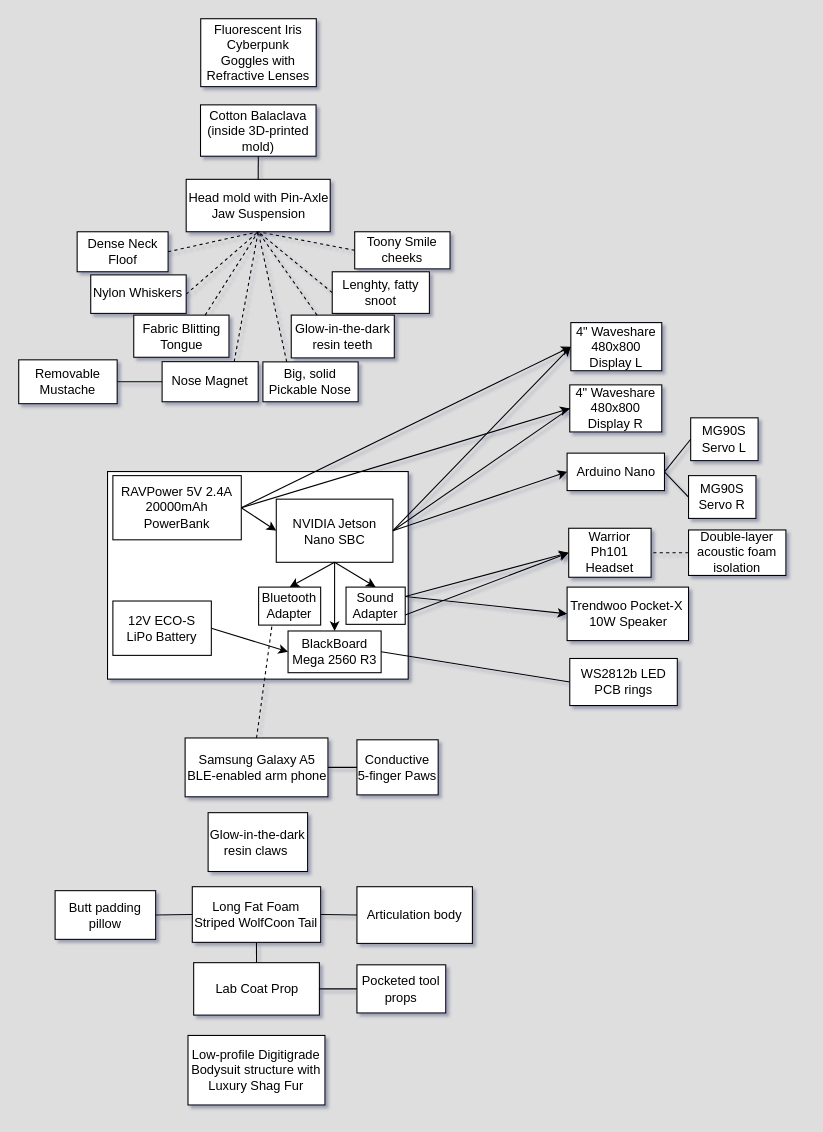
MekhyW/BOSS-Electronic_Fursuit keeps this draw.io diagram as Suit Concept/Basic hardware flowchart.drawio. Above is the earlier version. Source tidied: cells renumbered, new cells numbered last; positions are measured from the earlier drawing's top-left corner, leaving out a move shared by most shapes. Both pictures are drawn from the tidied source at 107%, with x=0, y=0 at pixel (18, 18).
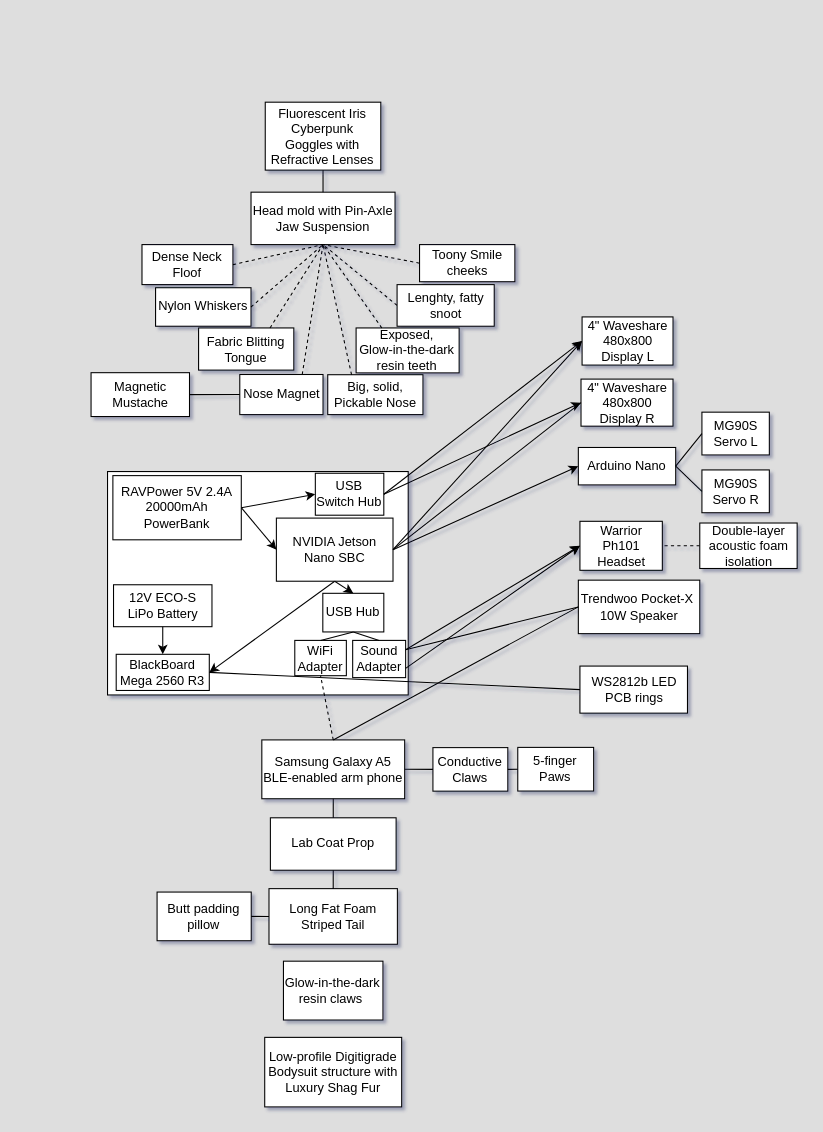
After the change.

Unchanged cells that the change refers to:
```xml
<mxCell id="4" value="RAVPower 5V 2.4A&lt;br&gt;20000mAh PowerBank" style="rounded=0;whiteSpace=wrap;html=1;" parent="1" vertex="1">
  <mxGeometry x="88" y="427" width="120" height="60" as="geometry" />
</mxCell>
```

The edit, as a diff of the source:
```diff
@@
     <mxCell id="2" style="rounded=0;whiteSpace=wrap;html=1;" parent="1" vertex="1">
-      <mxGeometry x="83" y="423.2" width="281" height="194" as="geometry" />
+      <mxGeometry x="83" y="423.2" width="281" height="208.8" as="geometry" />
     </mxCell>
     <mxCell id="3" value="NVIDIA Jetson Nano SBC" style="rounded=0;whiteSpace=wrap;html=1;" parent="1" vertex="1">
-      <mxGeometry x="240.7" y="449" width="109" height="59" as="geometry" />
+      <mxGeometry x="240.8" y="466.7" width="109" height="59" as="geometry" />
     </mxCell>
@@
     <mxCell id="5" value="Trendwoo Pocket-X&amp;nbsp;&lt;br&gt;10W Speaker" style="rounded=0;whiteSpace=wrap;html=1;" parent="1" vertex="1">
-      <mxGeometry x="512.5" y="531.2" width="113.5" height="50" as="geometry" />
+      <mxGeometry x="523" y="524.7" width="113.5" height="50" as="geometry" />
     </mxCell>
     <mxCell id="6" value="4&quot; Waveshare&lt;br&gt;480x800 Display L" style="rounded=0;whiteSpace=wrap;html=1;" parent="1" vertex="1">
-      <mxGeometry x="516" y="284" width="85" height="45" as="geometry" />
+      <mxGeometry x="526.5" y="278.7" width="85" height="45" as="geometry" />
     </mxCell>
     <mxCell id="7" value="Warrior Ph101 Headset" style="rounded=0;whiteSpace=wrap;html=1;" parent="1" vertex="1">
-      <mxGeometry x="514" y="476.2" width="77" height="45.8" as="geometry" />
+      <mxGeometry x="524.5" y="469.7" width="77" height="45.8" as="geometry" />
     </mxCell>
     <mxCell id="8" value="4&quot; Waveshare&lt;br&gt;480x800 Display R" style="rounded=0;whiteSpace=wrap;html=1;" parent="1" vertex="1">
-      <mxGeometry x="515" y="342.2" width="86" height="44" as="geometry" />
+      <mxGeometry x="525.5" y="336.8" width="86" height="44" as="geometry" />
     </mxCell>
@@
     <mxCell id="10" value="Head mold with Pin-Axle Jaw Suspension" style="rounded=0;whiteSpace=wrap;html=1;" parent="1" vertex="1">
-      <mxGeometry x="156.5" y="150.1" width="134.6" height="49" as="geometry" />
+      <mxGeometry x="217.1" y="162.1" width="134.6" height="49" as="geometry" />
     </mxCell>
     <mxCell id="11" value="Sound Adapter" style="rounded=0;whiteSpace=wrap;html=1;" parent="1" vertex="1">
-      <mxGeometry x="305.9" y="531.2" width="55.3" height="34.8" as="geometry" />
+      <mxGeometry x="312.1" y="581" width="49.5" height="34.8" as="geometry" />
     </mxCell>
@@
-    <mxCell id="13" style="endArrow=classic;html=1;exitX=1;exitY=0.5;exitDx=0;exitDy=0;entryX=0;entryY=0.5;entryDx=0;entryDy=0;" parent="1" edge="1" source="4" target="8">
+    <mxCell id="13" style="endArrow=classic;html=1;exitX=1;exitY=0.5;exitDx=0;exitDy=0;entryX=0;entryY=0.5;entryDx=0;entryDy=0;" parent="1" edge="1" source="84" target="8">
       <mxGeometry relative="1" as="geometry" />
     </mxCell>
-    <mxCell id="14" style="endArrow=classic;html=1;exitX=1;exitY=0.5;exitDx=0;exitDy=0;entryX=0;entryY=0.5;entryDx=0;entryDy=0;" parent="1" edge="1" source="4" target="6">
-      <mxGeometry relative="1" as="geometry" />
-    </mxCell>
     <mxCell id="15" value="Low-profile Digitigrade Bodysuit structure with Luxury Shag Fur" style="rounded=0;whiteSpace=wrap;html=1;" parent="1" vertex="1">
-      <mxGeometry x="158.2" y="950.2" width="128" height="65" as="geometry" />
+      <mxGeometry x="229.9" y="952" width="128" height="65" as="geometry" />
     </mxCell>
     <mxCell id="16" value="Lab Coat Prop" style="rounded=0;whiteSpace=wrap;html=1;" parent="1" vertex="1">
-      <mxGeometry x="163.5" y="882.2" width="117.5" height="49" as="geometry" />
+      <mxGeometry x="235.2" y="746.8" width="117.5" height="49" as="geometry" />
     </mxCell>
@@
     <mxCell id="19" value="BlackBoard Mega 2560 R3" style="rounded=0;whiteSpace=wrap;html=1;" parent="1" vertex="1">
-      <mxGeometry x="251.7" y="572.2" width="87" height="39" as="geometry" />
+      <mxGeometry x="91.1" y="594" width="87" height="33.8" as="geometry" />
     </mxCell>
-    <mxCell id="20" style="endArrow=classic;html=1;exitX=0.5;exitY=1;exitDx=0;exitDy=0;entryX=0.5;entryY=0;entryDx=0;entryDy=0;" parent="1" edge="1" source="3" target="19">
+    <mxCell id="20" style="endArrow=classic;html=1;exitX=0.5;exitY=1;exitDx=0;exitDy=0;entryX=1;entryY=0.5;entryDx=0;entryDy=0;" parent="1" edge="1" source="3" target="19">
       <mxGeometry relative="1" as="geometry" />
     </mxCell>
@@
     <mxCell id="22" value="Double-layer acoustic foam isolation" style="rounded=0;whiteSpace=wrap;html=1;" parent="1" vertex="1">
-      <mxGeometry x="626" y="477.8" width="91" height="42.5" as="geometry" />
+      <mxGeometry x="636.5" y="471.3" width="91" height="42.5" as="geometry" />
     </mxCell>
     <mxCell id="23" value="WS2812b LED PCB rings" style="rounded=0;whiteSpace=wrap;html=1;" parent="1" vertex="1">
-      <mxGeometry x="515" y="597.9" width="100.5" height="44" as="geometry" />
+      <mxGeometry x="524.5" y="605" width="100.5" height="44" as="geometry" />
     </mxCell>
@@
     <mxCell id="25" value="Glow-in-the-dark resin claws&amp;nbsp;" style="rounded=0;whiteSpace=wrap;html=1;" parent="1" vertex="1">
-      <mxGeometry x="177" y="742" width="93" height="55" as="geometry" />
+      <mxGeometry x="247.4" y="880.8" width="93" height="55" as="geometry" />
     </mxCell>
     <mxCell id="26" value="Nylon Whiskers" style="rounded=0;whiteSpace=wrap;html=1;" parent="1" vertex="1">
-      <mxGeometry x="67.3" y="239.4" width="89.2" height="36" as="geometry" />
+      <mxGeometry x="127.9" y="251.4" width="89.2" height="36" as="geometry" />
     </mxCell>
-    <mxCell id="27" value="Long Fat Foam Striped WolfCoon Tail" style="rounded=0;whiteSpace=wrap;html=1;" parent="1" vertex="1">
-      <mxGeometry x="162.2" y="811.2" width="120" height="52" as="geometry" />
+    <mxCell id="27" value="Long Fat Foam Striped Tail" style="rounded=0;whiteSpace=wrap;html=1;" parent="1" vertex="1">
+      <mxGeometry x="233.9" y="813" width="120" height="52" as="geometry" />
     </mxCell>
-    <mxCell id="28" style="endArrow=none;html=1;entryX=0.5;entryY=1;entryDx=0;entryDy=0;exitX=0.5;exitY=0;exitDx=0;exitDy=0;" parent="1" edge="1" source="16" target="27">
-      <mxGeometry relative="1" as="geometry" />
-    </mxCell>
     <mxCell id="29" value="Fluorescent Iris Cyberpunk &lt;br&gt;Goggles with Refractive Lenses" style="rounded=0;whiteSpace=wrap;html=1;" parent="1" vertex="1">
-      <mxGeometry x="170.1" width="108" height="63.5" as="geometry" />
+      <mxGeometry x="230.4" y="78" width="108" height="63.5" as="geometry" />
     </mxCell>
@@
-    <mxCell id="31" style="endArrow=classic;html=1;exitX=1;exitY=0.25;exitDx=0;exitDy=0;entryX=0;entryY=0.5;entryDx=0;entryDy=0;" parent="1" edge="1" source="11" target="5">
-      <mxGeometry relative="1" as="geometry" />
-    </mxCell>
-    <mxCell id="32" value="Big, solid Pickable Nose" style="rounded=0;whiteSpace=wrap;html=1;" parent="1" vertex="1">
-      <mxGeometry x="228.2" y="320.7" width="89" height="37.3" as="geometry" />
+    <mxCell id="32" value="Big, solid, Pickable Nose" style="rounded=0;whiteSpace=wrap;html=1;" parent="1" vertex="1">
+      <mxGeometry x="288.8" y="332.7" width="89" height="37.3" as="geometry" />
     </mxCell>
@@
     <mxCell id="35" value="Arduino Nano" style="rounded=0;whiteSpace=wrap;html=1;" parent="1" vertex="1">
-      <mxGeometry x="512.5" y="406" width="91" height="35" as="geometry" />
+      <mxGeometry x="523" y="400.7" width="91" height="35" as="geometry" />
     </mxCell>
@@
     <mxCell id="37" value="MG90S Servo L" style="rounded=0;whiteSpace=wrap;html=1;" parent="1" vertex="1">
-      <mxGeometry x="628" y="373" width="63" height="40" as="geometry" />
+      <mxGeometry x="638.5" y="367.7" width="63" height="40" as="geometry" />
     </mxCell>
     <mxCell id="38" value="MG90S Servo R" style="rounded=0;whiteSpace=wrap;html=1;" parent="1" vertex="1">
-      <mxGeometry x="626" y="427" width="63" height="40" as="geometry" />
+      <mxGeometry x="638.5" y="421.7" width="63" height="40" as="geometry" />
     </mxCell>
@@
-    <mxCell id="41" value="Glow-in-the-dark resin teeth" style="rounded=0;whiteSpace=wrap;html=1;" parent="1" vertex="1">
-      <mxGeometry x="254.7" y="277" width="96.3" height="40" as="geometry" />
+    <mxCell id="41" value="Exposed, &lt;br&gt;Glow-in-the-dark resin teeth" style="rounded=0;whiteSpace=wrap;html=1;" parent="1" vertex="1">
+      <mxGeometry x="315.3" y="289" width="96.3" height="42" as="geometry" />
     </mxCell>
@@
     <mxCell id="43" value="Dense Neck Floof" style="rounded=0;whiteSpace=wrap;html=1;" parent="1" vertex="1">
-      <mxGeometry x="54.6" y="199.1" width="85" height="37.4" as="geometry" />
+      <mxGeometry x="115.2" y="211.1" width="85" height="37.4" as="geometry" />
     </mxCell>
@@
-    <mxCell id="45" value="Cotton Balaclava (inside 3D-printed mold)" style="rounded=0;whiteSpace=wrap;html=1;" parent="1" vertex="1">
-      <mxGeometry x="169.9" y="80.5" width="108" height="48" as="geometry" />
-    </mxCell>
-    <mxCell id="46" style="endArrow=none;html=1;entryX=0.5;entryY=1;entryDx=0;entryDy=0;exitX=0.5;exitY=0;exitDx=0;exitDy=0;" parent="1" edge="1" source="10" target="45">
+    <mxCell id="46" style="endArrow=none;html=1;entryX=0.5;entryY=1;entryDx=0;entryDy=0;exitX=0.5;exitY=0;exitDx=0;exitDy=0;" parent="1" edge="1" source="10" target="29">
       <mxGeometry relative="1" as="geometry" />
     </mxCell>
     <mxCell id="47" value="Fabric Blitting Tongue" style="rounded=0;whiteSpace=wrap;html=1;" parent="1" vertex="1">
-      <mxGeometry x="107.5" y="277" width="89" height="39.4" as="geometry" />
+      <mxGeometry x="168.1" y="289" width="89" height="39.4" as="geometry" />
     </mxCell>
@@
     <mxCell id="49" value="Samsung Galaxy A5 BLE-enabled arm phone" style="rounded=0;whiteSpace=wrap;html=1;" parent="1" vertex="1">
-      <mxGeometry x="155.5" y="672.2" width="133.5" height="55" as="geometry" />
+      <mxGeometry x="227.2" y="674" width="133.5" height="55" as="geometry" />
     </mxCell>
-    <mxCell id="50" value="Articulation body" style="rounded=0;whiteSpace=wrap;html=1;" parent="1" vertex="1">
-      <mxGeometry x="316.1" y="811.2" width="107.9" height="53" as="geometry" />
-    </mxCell>
-    <mxCell id="51" style="endArrow=none;html=1;entryX=1;entryY=0.5;entryDx=0;entryDy=0;exitX=0;exitY=0.5;exitDx=0;exitDy=0;" parent="1" edge="1" source="50" target="27">
-      <mxGeometry relative="1" as="geometry" />
-    </mxCell>
-    <mxCell id="52" value="Conductive 5-finger Paws" style="rounded=0;whiteSpace=wrap;html=1;" parent="1" vertex="1">
-      <mxGeometry x="316.1" y="673.9" width="75.9" height="51.5" as="geometry" />
+    <mxCell id="52" value="5-finger&lt;br&gt;Paws" style="rounded=0;whiteSpace=wrap;html=1;" parent="1" vertex="1">
+      <mxGeometry x="466.4" y="681" width="70.9" height="40.8" as="geometry" />
     </mxCell>
-    <mxCell id="53" style="endArrow=none;html=1;entryX=1;entryY=0.5;entryDx=0;entryDy=0;exitX=0;exitY=0.5;exitDx=0;exitDy=0;" parent="1" edge="1" source="52" target="49">
-      <mxGeometry relative="1" as="geometry" />
-    </mxCell>
-    <mxCell id="54" style="endArrow=classic;html=1;exitX=0.5;exitY=1;exitDx=0;exitDy=0;entryX=0.5;entryY=0;entryDx=0;entryDy=0;" parent="1" edge="1" source="3" target="11">
-      <mxGeometry relative="1" as="geometry" />
-    </mxCell>
-    <mxCell id="55" style="endArrow=none;dashed=1;html=1;exitX=0.5;exitY=0;exitDx=0;exitDy=0;" parent="1" edge="1" source="49">
-      <mxGeometry relative="1" as="geometry">
-        <mxPoint x="239" y="550.2" as="targetPoint" />
-      </mxGeometry>
-    </mxCell>
-    <mxCell id="56" value="Bluetooth Adapter" style="rounded=0;whiteSpace=wrap;html=1;" parent="1" vertex="1">
-      <mxGeometry x="224.2" y="531.2" width="58" height="35.5" as="geometry" />
-    </mxCell>
-    <mxCell id="57" style="endArrow=classic;html=1;exitX=0.5;exitY=1;exitDx=0;exitDy=0;entryX=0.5;entryY=0;entryDx=0;entryDy=0;" parent="1" edge="1" source="3" target="56">
-      <mxGeometry relative="1" as="geometry" />
-    </mxCell>
     <mxCell id="58" value="12V ECO-S LiPo Battery" style="rounded=0;whiteSpace=wrap;html=1;" parent="1" vertex="1">
-      <mxGeometry x="88" y="544.2" width="92" height="50.8" as="geometry" />
+      <mxGeometry x="88.6" y="529" width="92" height="39.2" as="geometry" />
     </mxCell>
-    <mxCell id="59" style="endArrow=classic;html=1;exitX=1;exitY=0.5;exitDx=0;exitDy=0;entryX=0;entryY=0.5;entryDx=0;entryDy=0;" parent="1" edge="1" source="58" target="19">
+    <mxCell id="59" style="endArrow=classic;html=1;exitX=0.5;exitY=1;exitDx=0;exitDy=0;entryX=0.5;entryY=0;entryDx=0;entryDy=0;" parent="1" edge="1" source="58" target="19">
       <mxGeometry relative="1" as="geometry" />
     </mxCell>
-    <mxCell id="60" style="endArrow=none;html=1;exitX=1;exitY=0.5;exitDx=0;exitDy=0;entryX=0;entryY=0.5;entryDx=0;entryDy=0;" parent="1" edge="1" source="16" target="61">
-      <mxGeometry relative="1" as="geometry" />
-    </mxCell>
-    <mxCell id="61" value="Pocketed tool props" style="rounded=0;whiteSpace=wrap;html=1;" parent="1" vertex="1">
-      <mxGeometry x="316.1" y="884.2" width="83" height="45" as="geometry" />
-    </mxCell>
     <mxCell id="62" value="Butt padding pillow" style="rounded=0;whiteSpace=wrap;html=1;" parent="1" vertex="1">
-      <mxGeometry x="34" y="814.9" width="94" height="45.5" as="geometry" />
+      <mxGeometry x="129.3" y="816.2" width="88" height="45.5" as="geometry" />
     </mxCell>
@@
     <mxCell id="64" value="Toony Smile cheeks" style="rounded=0;whiteSpace=wrap;html=1;" parent="1" vertex="1">
-      <mxGeometry x="314" y="199.1" width="89.1" height="34.7" as="geometry" />
+      <mxGeometry x="374.6" y="211.1" width="89.1" height="34.7" as="geometry" />
     </mxCell>
     <mxCell id="65" value="Lenghty, fatty snoot" style="rounded=0;whiteSpace=wrap;html=1;" parent="1" vertex="1">
-      <mxGeometry x="293" y="236.5" width="90.8" height="38.9" as="geometry" />
+      <mxGeometry x="353.6" y="248.5" width="90.8" height="38.9" as="geometry" />
     </mxCell>
@@
     <mxCell id="68" value="Nose Magnet" style="rounded=0;whiteSpace=wrap;html=1;" parent="1" vertex="1">
-      <mxGeometry x="134" y="320.5" width="89.8" height="37.5" as="geometry" />
+      <mxGeometry x="206.6" y="332.5" width="77.8" height="37.5" as="geometry" />
     </mxCell>
@@
-    <mxCell id="70" value="Removable Mustache" style="rounded=0;whiteSpace=wrap;html=1;" parent="1" vertex="1">
-      <mxGeometry y="318.8" width="92" height="41" as="geometry" />
+    <mxCell id="70" value="Magnetic Mustache" style="rounded=0;whiteSpace=wrap;html=1;" parent="1" vertex="1">
+      <mxGeometry x="67.6" y="330.8" width="92" height="41" as="geometry" />
     </mxCell>
@@
+    <mxCell id="72" style="endArrow=none;html=1;entryX=0.5;entryY=1;entryDx=0;entryDy=0;exitX=0.5;exitY=0;exitDx=0;exitDy=0;" parent="1" edge="1" source="27" target="16">
+      <mxGeometry relative="1" as="geometry" />
+    </mxCell>
+    <mxCell id="73" style="endArrow=none;html=1;entryX=0.5;entryY=1;entryDx=0;entryDy=0;exitX=0.5;exitY=0;exitDx=0;exitDy=0;" parent="1" edge="1" source="16" target="49">
+      <mxGeometry relative="1" as="geometry" />
+    </mxCell>
+    <mxCell id="31" style="endArrow=none;html=1;exitX=1;exitY=0.25;exitDx=0;exitDy=0;entryX=0;entryY=0.5;entryDx=0;entryDy=0;" parent="1" edge="1" source="11" target="5">
+      <mxGeometry relative="1" as="geometry" />
+    </mxCell>
+    <mxCell id="74" style="endArrow=none;html=1;exitX=0.5;exitY=0;exitDx=0;exitDy=0;entryX=0;entryY=0.5;entryDx=0;entryDy=0;" parent="1" edge="1" source="49" target="5">
+      <mxGeometry relative="1" as="geometry" />
+    </mxCell>
+    <mxCell id="75" value="USB Hub" style="rounded=0;whiteSpace=wrap;html=1;" parent="1" vertex="1">
+      <mxGeometry x="284.2" y="537" width="57" height="36.1" as="geometry" />
+    </mxCell>
+    <mxCell id="76" style="endArrow=classic;html=1;exitX=0.5;exitY=1;exitDx=0;exitDy=0;entryX=0.5;entryY=0;entryDx=0;entryDy=0;" parent="1" edge="1" source="3" target="75">
+      <mxGeometry relative="1" as="geometry" />
+    </mxCell>
+    <mxCell id="77" style="endArrow=none;html=1;entryX=0.5;entryY=1;entryDx=0;entryDy=0;exitX=0.5;exitY=0;exitDx=0;exitDy=0;" parent="1" edge="1" source="11" target="75">
+      <mxGeometry relative="1" as="geometry" />
+    </mxCell>
+    <mxCell id="78" value="Conductive Claws" style="rounded=0;whiteSpace=wrap;html=1;" parent="1" vertex="1">
+      <mxGeometry x="387.1" y="681.2" width="70" height="40.7" as="geometry" />
+    </mxCell>
+    <mxCell id="79" style="endArrow=none;html=1;exitX=1;exitY=0.5;exitDx=0;exitDy=0;entryX=0;entryY=0.5;entryDx=0;entryDy=0;" parent="1" edge="1" source="49" target="78">
+      <mxGeometry relative="1" as="geometry" />
+    </mxCell>
+    <mxCell id="80" style="endArrow=none;html=1;entryX=0;entryY=0.5;entryDx=0;entryDy=0;exitX=1;exitY=0.5;exitDx=0;exitDy=0;" parent="1" edge="1" source="78" target="52">
+      <mxGeometry relative="1" as="geometry" />
+    </mxCell>
+    <mxCell id="81" value="WiFi Adapter" style="rounded=0;whiteSpace=wrap;html=1;" parent="1" vertex="1">
+      <mxGeometry x="258" y="581" width="48.2" height="33" as="geometry" />
+    </mxCell>
+    <mxCell id="82" style="endArrow=none;html=1;entryX=0.5;entryY=1;entryDx=0;entryDy=0;exitX=0.5;exitY=0;exitDx=0;exitDy=0;" parent="1" edge="1" source="81" target="75">
+      <mxGeometry relative="1" as="geometry" />
+    </mxCell>
+    <mxCell id="83" style="endArrow=none;dashed=1;html=1;exitX=0.5;exitY=0;exitDx=0;exitDy=0;entryX=0.5;entryY=1;entryDx=0;entryDy=0;" parent="1" edge="1" source="49" target="81">
+      <mxGeometry relative="1" as="geometry" />
+    </mxCell>
+    <mxCell id="84" value="USB Switch Hub" style="rounded=0;whiteSpace=wrap;html=1;" parent="1" vertex="1">
+      <mxGeometry x="277.2" y="424.8" width="64" height="39.2" as="geometry" />
+    </mxCell>
+    <mxCell id="85" style="endArrow=classic;html=1;exitX=1;exitY=0.5;exitDx=0;exitDy=0;entryX=0;entryY=0.5;entryDx=0;entryDy=0;" parent="1" edge="1" source="4" target="84">
+      <mxGeometry relative="1" as="geometry" />
+    </mxCell>
+    <mxCell id="86" style="endArrow=classic;html=1;exitX=1;exitY=0.5;exitDx=0;exitDy=0;entryX=0;entryY=0.5;entryDx=0;entryDy=0;" parent="1" edge="1" source="84" target="6">
+      <mxGeometry relative="1" as="geometry" />
+    </mxCell>
```
